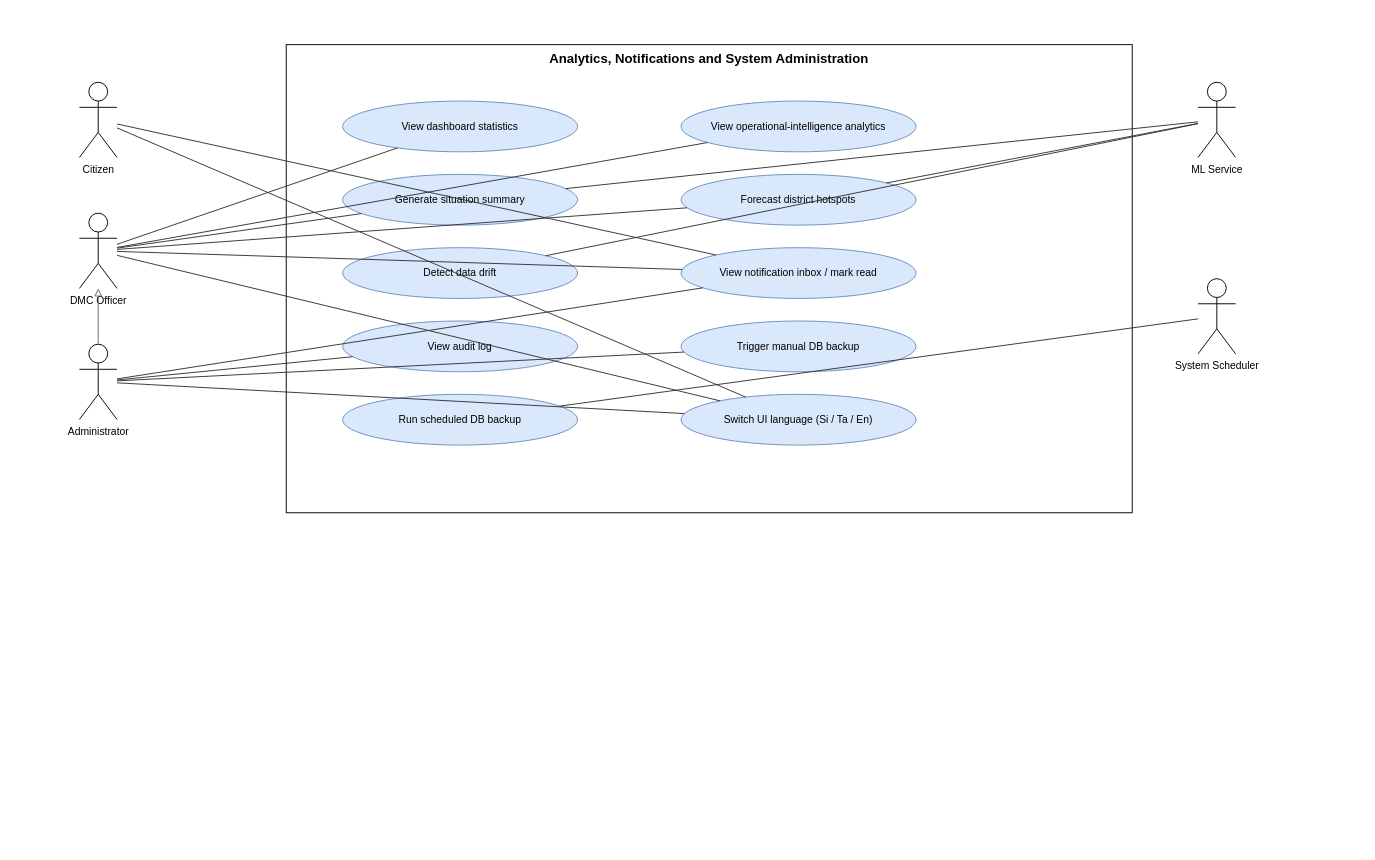
Earlier version of the draw.io diagram research-report-source/diagrams/use-cases/Appendix_B.5_UseCase_Analytics_Notifications_and_System_Administration.drawio (DeshanDV1003/Suraksha---Web-App). Source tidied: cells renumbered, new cells numbered last; positions are measured from the earlier drawing's top-left corner, leaving out a move shared by most shapes. Both pictures are drawn from the tidied source at 94%, with x=0, y=0 at pixel (79, 44).
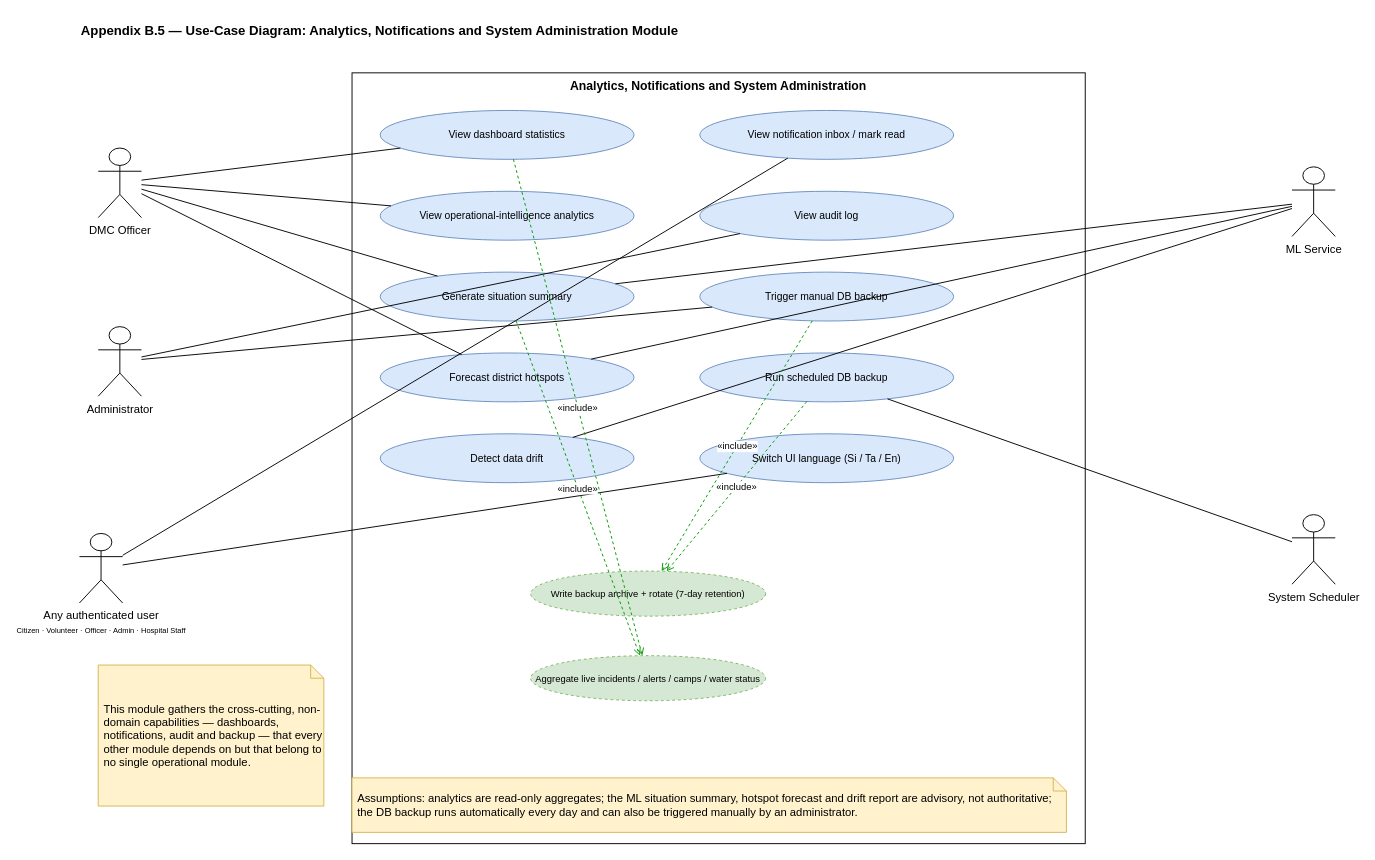
The same page after the edit.

Diff of the diagram source:
```diff
@@
+    <mxCell id="35" value="Appendix B.5 — Use-Case Diagram: Analytics, Notifications and System Administration Module" style="text;html=1;fontStyle=1;fontSize=14;align=left;" parent="1" vertex="1">
+      <mxGeometry y="-30" width="1360" height="24" as="geometry" />
+    </mxCell>
-    <mxCell id="2" value="Analytics, Notifications and System Administration" style="rounded=0;whiteSpace=wrap;html=1;verticalAlign=top;fontStyle=1;fontSize=14;fillColor=none;strokeColor=#000000;" parent="1" vertex="1">
-      <mxGeometry x="220" width="900" height="498" as="geometry" />
+    <mxCell id="2" value="Analytics, Notifications and System Administration" style="rounded=0;whiteSpace=wrap;html=1;verticalAlign=top;fontStyle=1;fontSize=13;fillColor=none;strokeColor=#000000;" parent="1" vertex="1">
+      <mxGeometry x="290" y="30" width="780" height="820" as="geometry" />
     </mxCell>
+    <mxCell id="14" value="DMC Officer" style="shape=umlActor;html=1;verticalLabelPosition=bottom;verticalAlign=top;outlineConnect=0;" parent="1" vertex="1">
+      <mxGeometry x="20" y="110" width="46" height="74" as="geometry" />
+    </mxCell>
+    <mxCell id="15" value="Administrator" style="shape=umlActor;html=1;verticalLabelPosition=bottom;verticalAlign=top;outlineConnect=0;" parent="1" vertex="1">
+      <mxGeometry x="20" y="300" width="46" height="74" as="geometry" />
+    </mxCell>
+    <mxCell id="36" value="Any authenticated user&lt;br&gt;&lt;font style=&quot;font-size:8px&quot;&gt;Citizen · Volunteer · Officer · Admin · Hospital Staff&lt;/font&gt;" style="shape=umlActor;html=1;verticalLabelPosition=bottom;verticalAlign=top;outlineConnect=0;" parent="1" vertex="1">
+      <mxGeometry y="520" width="46" height="74" as="geometry" />
+    </mxCell>
+    <mxCell id="16" value="ML Service" style="shape=umlActor;html=1;verticalLabelPosition=bottom;verticalAlign=top;outlineConnect=0;" parent="1" vertex="1">
+      <mxGeometry x="1290" y="130" width="46" height="74" as="geometry" />
+    </mxCell>
+    <mxCell id="17" value="System Scheduler" style="shape=umlActor;html=1;verticalLabelPosition=bottom;verticalAlign=top;outlineConnect=0;" parent="1" vertex="1">
+      <mxGeometry x="1290" y="500" width="46" height="74" as="geometry" />
+    </mxCell>
     <mxCell id="3" value="View dashboard statistics" style="ellipse;whiteSpace=wrap;html=1;fillColor=#dae8fc;strokeColor=#6c8ebf;fontSize=11;" parent="1" vertex="1">
-      <mxGeometry x="280" y="60" width="250" height="54" as="geometry" />
+      <mxGeometry x="320" y="70" width="270" height="52" as="geometry" />
     </mxCell>
     <mxCell id="4" value="View operational-intelligence analytics" style="ellipse;whiteSpace=wrap;html=1;fillColor=#dae8fc;strokeColor=#6c8ebf;fontSize=11;" parent="1" vertex="1">
-      <mxGeometry x="640" y="60" width="250" height="54" as="geometry" />
+      <mxGeometry x="320" y="156" width="270" height="52" as="geometry" />
     </mxCell>
     <mxCell id="5" value="Generate situation summary" style="ellipse;whiteSpace=wrap;html=1;fillColor=#dae8fc;strokeColor=#6c8ebf;fontSize=11;" parent="1" vertex="1">
-      <mxGeometry x="280" y="138" width="250" height="54" as="geometry" />
+      <mxGeometry x="320" y="242" width="270" height="52" as="geometry" />
     </mxCell>
     <mxCell id="6" value="Forecast district hotspots" style="ellipse;whiteSpace=wrap;html=1;fillColor=#dae8fc;strokeColor=#6c8ebf;fontSize=11;" parent="1" vertex="1">
-      <mxGeometry x="640" y="138" width="250" height="54" as="geometry" />
+      <mxGeometry x="320" y="328" width="270" height="52" as="geometry" />
     </mxCell>
     <mxCell id="7" value="Detect data drift" style="ellipse;whiteSpace=wrap;html=1;fillColor=#dae8fc;strokeColor=#6c8ebf;fontSize=11;" parent="1" vertex="1">
-      <mxGeometry x="280" y="216" width="250" height="54" as="geometry" />
+      <mxGeometry x="320" y="414" width="270" height="52" as="geometry" />
     </mxCell>
     <mxCell id="8" value="View notification inbox / mark read" style="ellipse;whiteSpace=wrap;html=1;fillColor=#dae8fc;strokeColor=#6c8ebf;fontSize=11;" parent="1" vertex="1">
-      <mxGeometry x="640" y="216" width="250" height="54" as="geometry" />
+      <mxGeometry x="660" y="70" width="270" height="52" as="geometry" />
     </mxCell>
     <mxCell id="9" value="View audit log" style="ellipse;whiteSpace=wrap;html=1;fillColor=#dae8fc;strokeColor=#6c8ebf;fontSize=11;" parent="1" vertex="1">
-      <mxGeometry x="280" y="294" width="250" height="54" as="geometry" />
+      <mxGeometry x="660" y="156" width="270" height="52" as="geometry" />
     </mxCell>
     <mxCell id="10" value="Trigger manual DB backup" style="ellipse;whiteSpace=wrap;html=1;fillColor=#dae8fc;strokeColor=#6c8ebf;fontSize=11;" parent="1" vertex="1">
-      <mxGeometry x="640" y="294" width="250" height="54" as="geometry" />
+      <mxGeometry x="660" y="242" width="270" height="52" as="geometry" />
     </mxCell>
     <mxCell id="11" value="Run scheduled DB backup" style="ellipse;whiteSpace=wrap;html=1;fillColor=#dae8fc;strokeColor=#6c8ebf;fontSize=11;" parent="1" vertex="1">
-      <mxGeometry x="280" y="372" width="250" height="54" as="geometry" />
+      <mxGeometry x="660" y="328" width="270" height="52" as="geometry" />
     </mxCell>
     <mxCell id="12" value="Switch UI language (Si / Ta / En)" style="ellipse;whiteSpace=wrap;html=1;fillColor=#dae8fc;strokeColor=#6c8ebf;fontSize=11;" parent="1" vertex="1">
-      <mxGeometry x="640" y="372" width="250" height="54" as="geometry" />
+      <mxGeometry x="660" y="414" width="270" height="52" as="geometry" />
     </mxCell>
-    <mxCell id="13" value="Citizen" style="shape=umlActor;verticalLabelPosition=bottom;verticalAlign=top;html=1;outlineConnect=0;fontSize=11;" parent="1" vertex="1">
-      <mxGeometry y="40" width="40" height="80" as="geometry" />
-    </mxCell>
-    <mxCell id="14" value="DMC Officer" style="shape=umlActor;verticalLabelPosition=bottom;verticalAlign=top;html=1;outlineConnect=0;fontSize=11;" parent="1" vertex="1">
-      <mxGeometry y="179.3" width="40" height="80" as="geometry" />
-    </mxCell>
-    <mxCell id="15" value="Administrator" style="shape=umlActor;verticalLabelPosition=bottom;verticalAlign=top;html=1;outlineConnect=0;fontSize=11;" parent="1" vertex="1">
-      <mxGeometry y="318.7" width="40" height="80" as="geometry" />
-    </mxCell>
-    <mxCell id="16" value="ML Service" style="shape=umlActor;verticalLabelPosition=bottom;verticalAlign=top;html=1;outlineConnect=0;fontSize=11;" parent="1" vertex="1">
-      <mxGeometry x="1190" y="40" width="40" height="80" as="geometry" />
-    </mxCell>
-    <mxCell id="17" value="System Scheduler" style="shape=umlActor;verticalLabelPosition=bottom;verticalAlign=top;html=1;outlineConnect=0;fontSize=11;" parent="1" vertex="1">
-      <mxGeometry x="1190" y="249" width="40" height="80" as="geometry" />
-    </mxCell>
-    <mxCell id="18" style="endArrow=block;endFill=0;html=1;strokeColor=#666666;" parent="1" edge="1" source="15" target="14">
-      <mxGeometry relative="1" as="geometry" />
-    </mxCell>
+    <mxCell id="37" value="Write backup archive + rotate (7-day retention)" style="ellipse;whiteSpace=wrap;html=1;fillColor=#d5e8d4;strokeColor=#82b366;dashed=1;fontSize=10;" parent="1" vertex="1">
+      <mxGeometry x="480" y="560" width="250" height="48" as="geometry" />
+    </mxCell>
+    <mxCell id="38" value="Aggregate live incidents / alerts / camps / water status" style="ellipse;whiteSpace=wrap;html=1;fillColor=#d5e8d4;strokeColor=#82b366;dashed=1;fontSize=10;" parent="1" vertex="1">
+      <mxGeometry x="480" y="650" width="250" height="48" as="geometry" />
+    </mxCell>
-    <mxCell id="19" style="endArrow=none;html=1;strokeColor=#333333;" parent="1" edge="1" source="14" target="3">
+    <mxCell id="19" style="endArrow=none;html=1;fontSize=10;" parent="1" edge="1" source="14" target="3">
       <mxGeometry relative="1" as="geometry" />
     </mxCell>
-    <mxCell id="20" style="endArrow=none;html=1;strokeColor=#333333;" parent="1" edge="1" source="14" target="4">
+    <mxCell id="20" style="endArrow=none;html=1;fontSize=10;" parent="1" edge="1" source="14" target="4">
       <mxGeometry relative="1" as="geometry" />
     </mxCell>
-    <mxCell id="21" style="endArrow=none;html=1;strokeColor=#333333;" parent="1" edge="1" source="14" target="5">
+    <mxCell id="21" style="endArrow=none;html=1;fontSize=10;" parent="1" edge="1" source="14" target="5">
       <mxGeometry relative="1" as="geometry" />
     </mxCell>
+    <mxCell id="23" style="endArrow=none;html=1;fontSize=10;" parent="1" edge="1" source="14" target="6">
+      <mxGeometry relative="1" as="geometry" />
+    </mxCell>
-    <mxCell id="22" style="endArrow=none;html=1;strokeColor=#333333;" parent="1" edge="1" source="16" target="5">
+    <mxCell id="22" style="endArrow=none;html=1;fontSize=10;" parent="1" edge="1" source="16" target="5">
       <mxGeometry relative="1" as="geometry" />
     </mxCell>
-    <mxCell id="23" style="endArrow=none;html=1;strokeColor=#333333;" parent="1" edge="1" source="14" target="6">
-      <mxGeometry relative="1" as="geometry" />
-    </mxCell>
-    <mxCell id="24" style="endArrow=none;html=1;strokeColor=#333333;" parent="1" edge="1" source="16" target="6">
+    <mxCell id="24" style="endArrow=none;html=1;fontSize=10;" parent="1" edge="1" source="16" target="6">
       <mxGeometry relative="1" as="geometry" />
     </mxCell>
-    <mxCell id="25" style="endArrow=none;html=1;strokeColor=#333333;" parent="1" edge="1" source="16" target="7">
+    <mxCell id="25" style="endArrow=none;html=1;fontSize=10;" parent="1" edge="1" source="16" target="7">
       <mxGeometry relative="1" as="geometry" />
     </mxCell>
-    <mxCell id="26" style="endArrow=none;html=1;strokeColor=#333333;" parent="1" edge="1" source="13" target="8">
-      <mxGeometry relative="1" as="geometry" />
-    </mxCell>
-    <mxCell id="27" style="endArrow=none;html=1;strokeColor=#333333;" parent="1" edge="1" source="14" target="8">
-      <mxGeometry relative="1" as="geometry" />
-    </mxCell>
-    <mxCell id="28" style="endArrow=none;html=1;strokeColor=#333333;" parent="1" edge="1" source="15" target="8">
-      <mxGeometry relative="1" as="geometry" />
-    </mxCell>
-    <mxCell id="29" style="endArrow=none;html=1;strokeColor=#333333;" parent="1" edge="1" source="15" target="9">
+    <mxCell id="29" style="endArrow=none;html=1;fontSize=10;" parent="1" edge="1" source="15" target="9">
       <mxGeometry relative="1" as="geometry" />
     </mxCell>
-    <mxCell id="30" style="endArrow=none;html=1;strokeColor=#333333;" parent="1" edge="1" source="15" target="10">
+    <mxCell id="30" style="endArrow=none;html=1;fontSize=10;" parent="1" edge="1" source="15" target="10">
       <mxGeometry relative="1" as="geometry" />
     </mxCell>
-    <mxCell id="31" style="endArrow=none;html=1;strokeColor=#333333;" parent="1" edge="1" source="17" target="11">
+    <mxCell id="31" style="endArrow=none;html=1;fontSize=10;" parent="1" edge="1" source="17" target="11">
       <mxGeometry relative="1" as="geometry" />
     </mxCell>
-    <mxCell id="32" style="endArrow=none;html=1;strokeColor=#333333;" parent="1" edge="1" source="13" target="12">
-      <mxGeometry relative="1" as="geometry" />
-    </mxCell>
-    <mxCell id="33" style="endArrow=none;html=1;strokeColor=#333333;" parent="1" edge="1" source="14" target="12">
-      <mxGeometry relative="1" as="geometry" />
-    </mxCell>
-    <mxCell id="34" style="endArrow=none;html=1;strokeColor=#333333;" parent="1" edge="1" source="15" target="12">
-      <mxGeometry relative="1" as="geometry" />
-    </mxCell>
+    <mxCell id="39" style="endArrow=none;html=1;fontSize=10;" parent="1" edge="1" source="36" target="8">
+      <mxGeometry relative="1" as="geometry" />
+    </mxCell>
+    <mxCell id="40" style="endArrow=none;html=1;fontSize=10;" parent="1" edge="1" source="36" target="12">
+      <mxGeometry relative="1" as="geometry" />
+    </mxCell>
+    <mxCell id="41" value="«include»" style="endArrow=open;dashed=1;html=1;endFill=0;strokeColor=#009900;fontSize=10;" parent="1" edge="1" source="10" target="37">
+      <mxGeometry relative="1" as="geometry" />
+    </mxCell>
+    <mxCell id="42" value="«include»" style="endArrow=open;dashed=1;html=1;endFill=0;strokeColor=#009900;fontSize=10;" parent="1" edge="1" source="11" target="37">
+      <mxGeometry relative="1" as="geometry" />
+    </mxCell>
+    <mxCell id="43" value="«include»" style="endArrow=open;dashed=1;html=1;endFill=0;strokeColor=#009900;fontSize=10;" parent="1" edge="1" source="5" target="38">
+      <mxGeometry relative="1" as="geometry" />
+    </mxCell>
+    <mxCell id="44" value="«include»" style="endArrow=open;dashed=1;html=1;endFill=0;strokeColor=#009900;fontSize=10;" parent="1" edge="1" source="3" target="38">
+      <mxGeometry relative="1" as="geometry" />
+    </mxCell>
+    <mxCell id="45" value="Assumptions: analytics are read-only aggregates; the ML situation summary, hotspot forecast and drift report are advisory, not authoritative; the DB backup runs automatically every day and can also be triggered manually by an administrator." style="shape=note;whiteSpace=wrap;html=1;fillColor=#fff2cc;strokeColor=#d6b656;size=14;align=left;spacingLeft=4;" parent="1" vertex="1">
+      <mxGeometry x="290" y="780" width="760" height="58" as="geometry" />
+    </mxCell>
+    <mxCell id="46" value="This module gathers the cross-cutting, non-domain capabilities — dashboards, notifications, audit and backup — that every other module depends on but that belong to no single operational module." style="shape=note;whiteSpace=wrap;html=1;fillColor=#fff2cc;strokeColor=#d6b656;size=14;align=left;spacingLeft=4;" parent="1" vertex="1">
+      <mxGeometry x="20" y="660" width="240" height="150" as="geometry" />
+    </mxCell>
```
